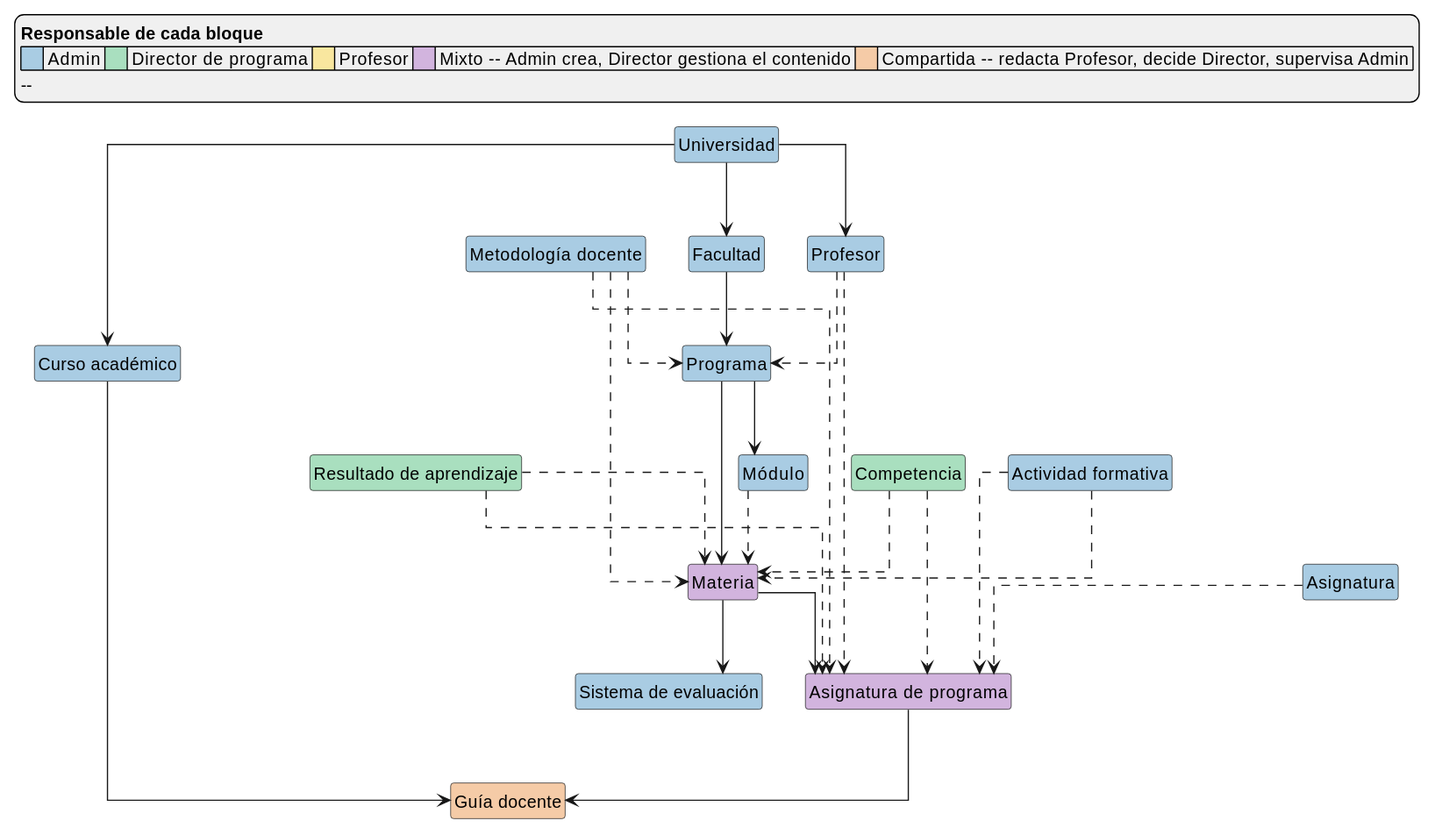
mmasias/pyCeldaPublico keeps this PlantUML diagram as images/MANUAL_USUARIO/estructuraDelSistema.svg. Above is the earlier version.
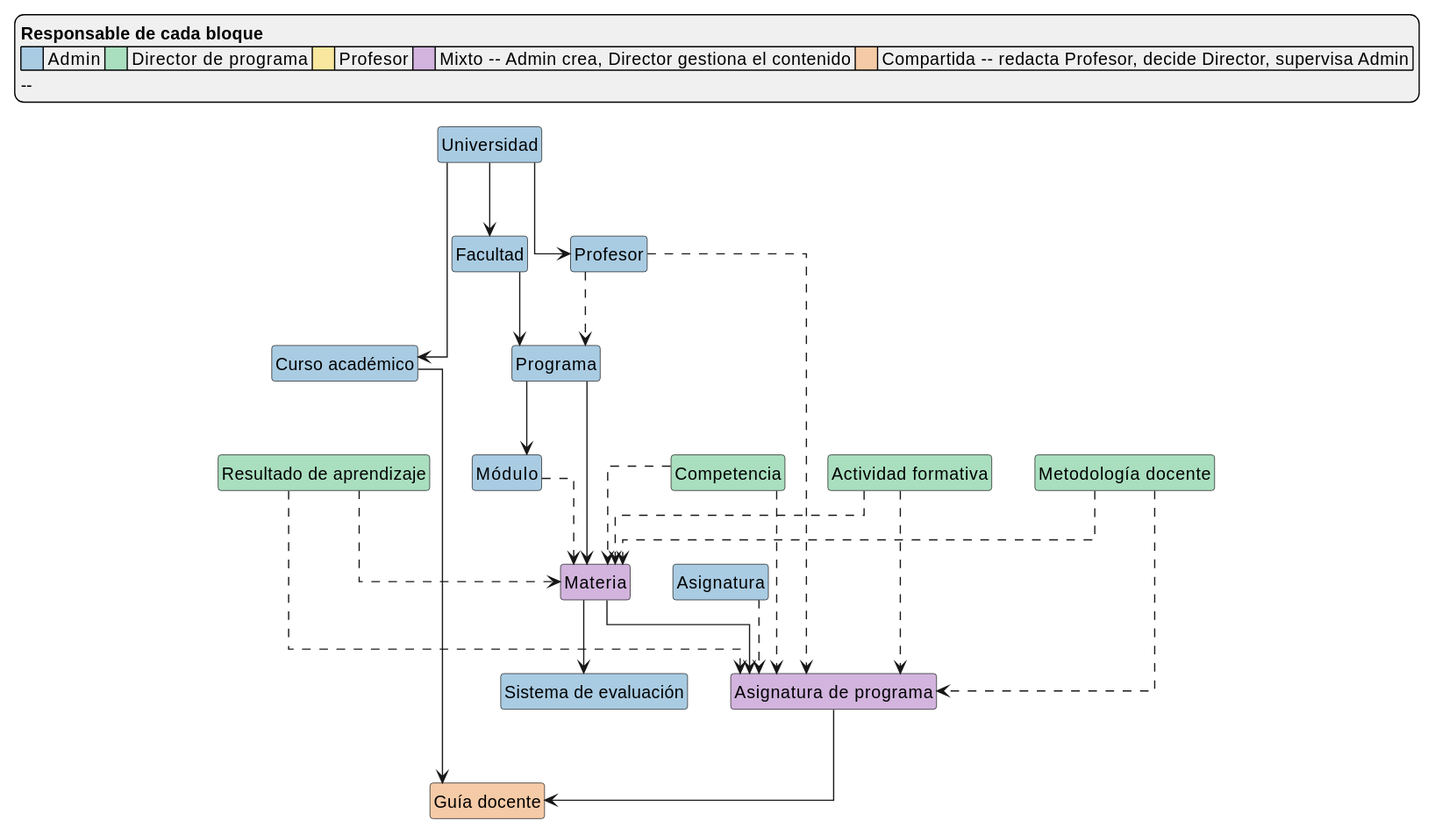
The same diagram one commit later.

What changed in the source:
```diff
@@ -38,14 +38,13 @@
 CursoAcademico --> Guia
 
 class "Asignatura" as Asignatura #A9CCE3
-class "Metodología docente" as MetodologiaDocente #A9CCE3
+class "Metodología docente" as MetodologiaDocente #A9DFBF
 class "Resultado de aprendizaje" as ResultadoAprendizaje #A9DFBF
 class "Competencia" as Competencia #A9DFBF
-class "Actividad formativa" as ActividadFormativa #A9CCE3
+class "Actividad formativa" as ActividadFormativa #A9DFBF
 class "Profesor" as Profesor #A9CCE3
 
 Asignatura ..> AsignaturaPrograma
-MetodologiaDocente ..> Programa
 MetodologiaDocente ..> Materia
 MetodologiaDocente ..> AsignaturaPrograma
 ResultadoAprendizaje ..> Materia
```
